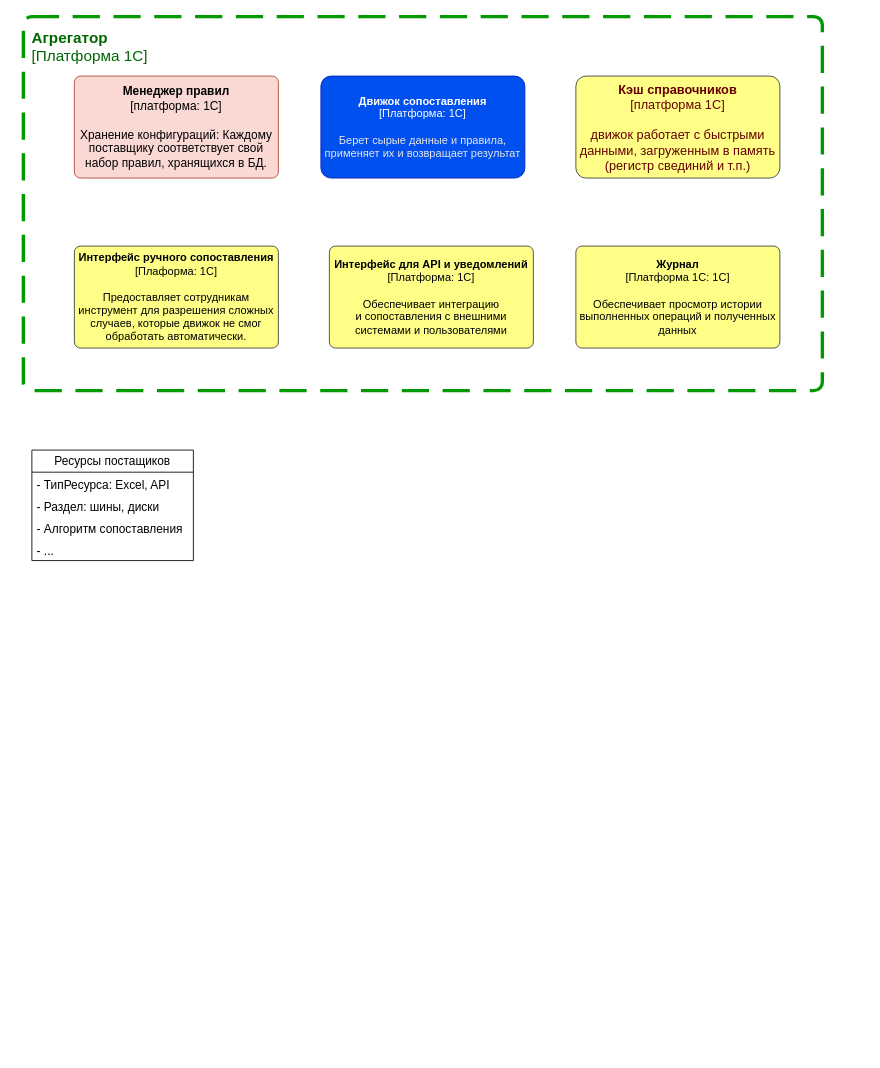
OlegM161/dakar keeps this draw.io diagram as ОбменПоставщиги_Агрегатор.drawio. Above is the earlier version. Source tidied: cells renumbered, new cells numbered last; positions are measured from the earlier drawing's top-left corner, leaving out a move shared by most shapes. Both pictures are drawn from the tidied source at 85%, with x=0, y=0 at pixel (23, 16).
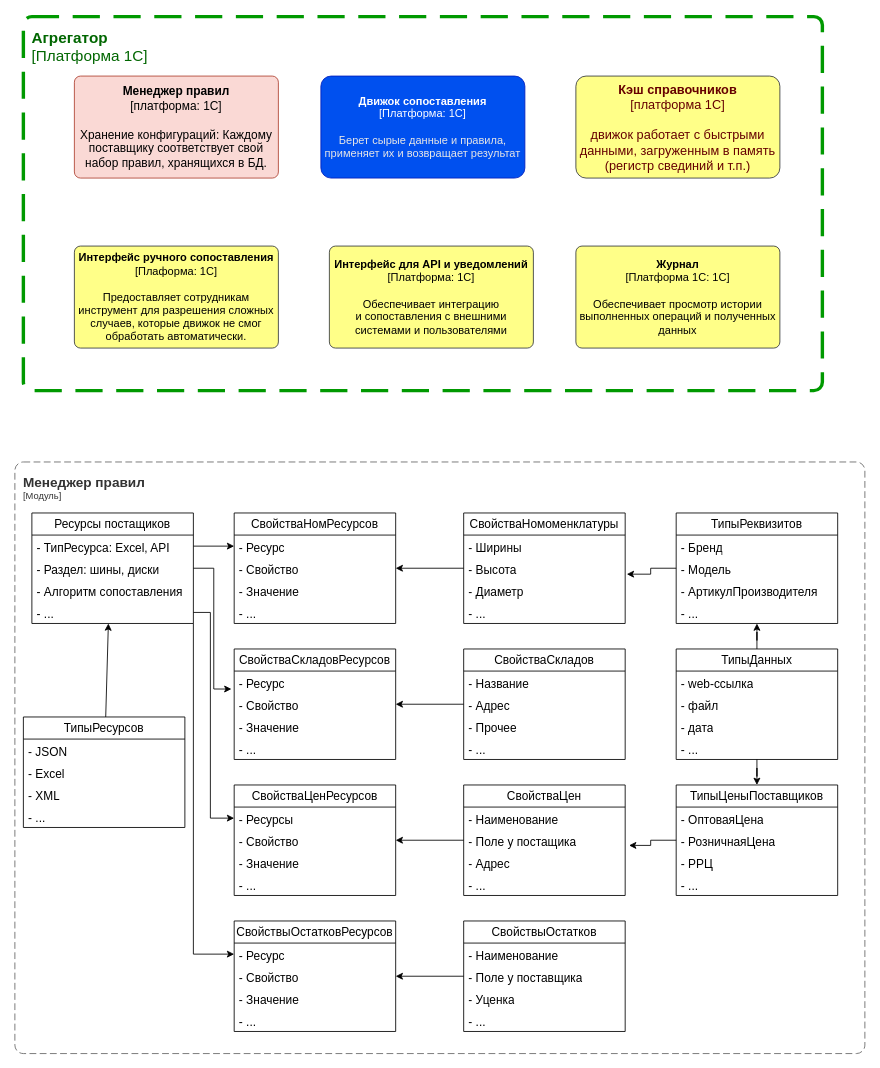
The same page after the edit.

The change refers to these unchanged cells:
```xml
<mxCell id="10" value="- ТипРесурса: Excel, API" style="text;strokeColor=none;fillColor=none;align=left;verticalAlign=top;spacingLeft=4;spacingRight=4;overflow=hidden;points=[[0,0.5],[1,0.5]];portConstraint=eastwest;whiteSpace=wrap;html=1;fontSize=14;" parent="9" vertex="1">
  <mxGeometry y="26" width="190" height="26" as="geometry" />
</mxCell>
<mxCell id="11" value="- Раздел: шины, диски" style="text;strokeColor=none;fillColor=none;align=left;verticalAlign=top;spacingLeft=4;spacingRight=4;overflow=hidden;points=[[0,0.5],[1,0.5]];portConstraint=eastwest;whiteSpace=wrap;html=1;fontSize=14;" parent="9" vertex="1">
  <mxGeometry y="52" width="190" height="26" as="geometry" />
</mxCell>
<mxCell id="13" value="- ..." style="text;strokeColor=none;fillColor=none;align=left;verticalAlign=top;spacingLeft=4;spacingRight=4;overflow=hidden;points=[[0,0.5],[1,0.5]];portConstraint=eastwest;whiteSpace=wrap;html=1;fontSize=14;" parent="9" vertex="1">
  <mxGeometry y="104" width="190" height="26" as="geometry" />
</mxCell>
```

The edit, as a diff of the source:
```diff
@@
+    <mxCell id="14" style="edgeStyle=orthogonalEdgeStyle;rounded=0;jettySize=auto;html=1;entryX=0;entryY=0.5;entryDx=0;entryDy=0;" parent="1" edge="1" source="9" target="52">
+      <mxGeometry relative="1" as="geometry">
+        <Array as="points">
+          <mxPoint x="200" y="1103" />
+        </Array>
+      </mxGeometry>
+    </mxCell>
     <mxCell id="9" value="Ресурсы постащиков" style="swimlane;fontStyle=0;horizontal=1;startSize=26;fillColor=none;whiteSpace=wrap;html=1;fontSize=14;" parent="1" vertex="1">
-      <mxGeometry x="10" y="510" width="190" height="130" as="geometry" />
+      <mxGeometry x="10" y="584" width="190" height="130" as="geometry" />
     </mxCell>
@@
+    <mxCell id="15" value="ТипыРеквизитов" style="swimlane;fontStyle=0;horizontal=1;startSize=26;fillColor=none;whiteSpace=wrap;html=1;fontSize=14;" parent="1" vertex="1">
+      <mxGeometry x="768" y="584" width="190" height="130" as="geometry" />
+    </mxCell>
+    <mxCell id="16" value="- Бренд" style="text;strokeColor=none;fillColor=none;align=left;verticalAlign=top;spacingLeft=4;spacingRight=4;overflow=hidden;whiteSpace=wrap;html=1;fontSize=14;" parent="15" vertex="1">
+      <mxGeometry y="26" width="190" height="26" as="geometry" />
+    </mxCell>
+    <mxCell id="17" value="- Модель" style="text;strokeColor=none;fillColor=none;align=left;verticalAlign=top;spacingLeft=4;spacingRight=4;overflow=hidden;whiteSpace=wrap;html=1;fontSize=14;" parent="15" vertex="1">
+      <mxGeometry y="52" width="190" height="26" as="geometry" />
+    </mxCell>
+    <mxCell id="18" value="- АртикулПроизводителя" style="text;strokeColor=none;fillColor=none;align=left;verticalAlign=top;spacingLeft=4;spacingRight=4;overflow=hidden;whiteSpace=wrap;html=1;fontSize=14;" parent="15" vertex="1">
+      <mxGeometry y="78" width="190" height="26" as="geometry" />
+    </mxCell>
+    <mxCell id="19" value="- ..." style="text;strokeColor=none;fillColor=none;align=left;verticalAlign=top;spacingLeft=4;spacingRight=4;overflow=hidden;points=[[0,0.5],[1,0.5]];portConstraint=eastwest;whiteSpace=wrap;html=1;fontSize=14;" parent="15" vertex="1">
+      <mxGeometry y="104" width="190" height="26" as="geometry" />
+    </mxCell>
+    <mxCell id="20" value="ТипыРесурсов" style="swimlane;fontStyle=0;horizontal=1;startSize=26;fillColor=none;whiteSpace=wrap;html=1;fontSize=14;" parent="1" vertex="1">
+      <mxGeometry y="824" width="190" height="130" as="geometry" />
+    </mxCell>
+    <mxCell id="21" value="- JSON" style="text;strokeColor=none;fillColor=none;align=left;verticalAlign=top;spacingLeft=4;spacingRight=4;overflow=hidden;whiteSpace=wrap;html=1;fontSize=14;" parent="20" vertex="1">
+      <mxGeometry y="26" width="190" height="26" as="geometry" />
+    </mxCell>
+    <mxCell id="22" value="- Excel" style="text;strokeColor=none;fillColor=none;align=left;verticalAlign=top;spacingLeft=4;spacingRight=4;overflow=hidden;whiteSpace=wrap;html=1;fontSize=14;" parent="20" vertex="1">
+      <mxGeometry y="52" width="190" height="26" as="geometry" />
+    </mxCell>
+    <mxCell id="23" value="- XML" style="text;strokeColor=none;fillColor=none;align=left;verticalAlign=top;spacingLeft=4;spacingRight=4;overflow=hidden;whiteSpace=wrap;html=1;fontSize=14;" parent="20" vertex="1">
+      <mxGeometry y="78" width="190" height="26" as="geometry" />
+    </mxCell>
+    <mxCell id="24" value="- ..." style="text;strokeColor=none;fillColor=none;align=left;verticalAlign=top;spacingLeft=4;spacingRight=4;overflow=hidden;whiteSpace=wrap;html=1;fontSize=14;" parent="20" vertex="1">
+      <mxGeometry y="104" width="190" height="26" as="geometry" />
+    </mxCell>
+    <mxCell id="25" style="edgeStyle=orthogonalEdgeStyle;rounded=0;jettySize=auto;html=1;entryX=0.5;entryY=0;entryDx=0;entryDy=0;" parent="1" edge="1" source="26" target="31">
+      <mxGeometry relative="1" as="geometry" />
+    </mxCell>
+    <mxCell id="26" value="ТипыДанных" style="swimlane;fontStyle=0;horizontal=1;startSize=26;fillColor=none;whiteSpace=wrap;html=1;fontSize=14;" parent="1" vertex="1">
+      <mxGeometry x="768" y="744" width="190" height="130" as="geometry" />
+    </mxCell>
+    <mxCell id="27" value="- web-ссылка" style="text;strokeColor=none;fillColor=none;align=left;verticalAlign=top;spacingLeft=4;spacingRight=4;overflow=hidden;whiteSpace=wrap;html=1;fontSize=14;" parent="26" vertex="1">
+      <mxGeometry y="26" width="190" height="26" as="geometry" />
+    </mxCell>
+    <mxCell id="28" value="- файл" style="text;strokeColor=none;fillColor=none;align=left;verticalAlign=top;spacingLeft=4;spacingRight=4;overflow=hidden;whiteSpace=wrap;html=1;fontSize=14;" parent="26" vertex="1">
+      <mxGeometry y="52" width="190" height="26" as="geometry" />
+    </mxCell>
+    <mxCell id="29" value="- дата" style="text;strokeColor=none;fillColor=none;align=left;verticalAlign=top;spacingLeft=4;spacingRight=4;overflow=hidden;whiteSpace=wrap;html=1;fontSize=14;" parent="26" vertex="1">
+      <mxGeometry y="78" width="190" height="26" as="geometry" />
+    </mxCell>
+    <mxCell id="30" value="- ..." style="text;strokeColor=none;fillColor=none;align=left;verticalAlign=top;spacingLeft=4;spacingRight=4;overflow=hidden;whiteSpace=wrap;html=1;fontSize=14;" parent="26" vertex="1">
+      <mxGeometry y="104" width="190" height="26" as="geometry" />
+    </mxCell>
+    <mxCell id="31" value="ТипыЦеныПоставщиков" style="swimlane;fontStyle=0;horizontal=1;startSize=26;fillColor=none;whiteSpace=wrap;html=1;fontSize=14;" parent="1" vertex="1">
+      <mxGeometry x="768" y="904" width="190" height="130" as="geometry" />
+    </mxCell>
+    <mxCell id="32" value="- ОптоваяЦена" style="text;strokeColor=none;fillColor=none;align=left;verticalAlign=top;spacingLeft=4;spacingRight=4;overflow=hidden;whiteSpace=wrap;html=1;fontSize=14;" parent="31" vertex="1">
+      <mxGeometry y="26" width="190" height="26" as="geometry" />
+    </mxCell>
+    <mxCell id="33" value="- РозничнаяЦена" style="text;strokeColor=none;fillColor=none;align=left;verticalAlign=top;spacingLeft=4;spacingRight=4;overflow=hidden;whiteSpace=wrap;html=1;fontSize=14;" parent="31" vertex="1">
+      <mxGeometry y="52" width="190" height="26" as="geometry" />
+    </mxCell>
+    <mxCell id="34" value="- РРЦ" style="text;strokeColor=none;fillColor=none;align=left;verticalAlign=top;spacingLeft=4;spacingRight=4;overflow=hidden;whiteSpace=wrap;html=1;fontSize=14;" parent="31" vertex="1">
+      <mxGeometry y="78" width="190" height="26" as="geometry" />
+    </mxCell>
+    <mxCell id="35" value="- ..." style="text;strokeColor=none;fillColor=none;align=left;verticalAlign=top;spacingLeft=4;spacingRight=4;overflow=hidden;whiteSpace=wrap;html=1;fontSize=14;" parent="31" vertex="1">
+      <mxGeometry y="104" width="190" height="26" as="geometry" />
+    </mxCell>
+    <mxCell id="36" value="СвойстваНомРесурсов" style="swimlane;fontStyle=0;horizontal=1;startSize=26;fillColor=none;whiteSpace=wrap;html=1;fontSize=14;" parent="1" vertex="1">
+      <mxGeometry x="248" y="584" width="190" height="130" as="geometry" />
+    </mxCell>
+    <mxCell id="37" value="- Ресурс" style="text;strokeColor=none;fillColor=none;align=left;verticalAlign=top;spacingLeft=4;spacingRight=4;overflow=hidden;points=[[0,0.5],[1,0.5]];portConstraint=eastwest;whiteSpace=wrap;html=1;fontSize=14;" parent="36" vertex="1">
+      <mxGeometry y="26" width="190" height="26" as="geometry" />
+    </mxCell>
+    <mxCell id="38" value="- Свойство" style="text;strokeColor=none;fillColor=none;align=left;verticalAlign=top;spacingLeft=4;spacingRight=4;overflow=hidden;points=[[0,0.5],[1,0.5]];portConstraint=eastwest;whiteSpace=wrap;html=1;fontSize=14;" parent="36" vertex="1">
+      <mxGeometry y="52" width="190" height="26" as="geometry" />
+    </mxCell>
+    <mxCell id="39" value="- Значение" style="text;strokeColor=none;fillColor=none;align=left;verticalAlign=top;spacingLeft=4;spacingRight=4;overflow=hidden;whiteSpace=wrap;html=1;fontSize=14;" parent="36" vertex="1">
+      <mxGeometry y="78" width="190" height="26" as="geometry" />
+    </mxCell>
+    <mxCell id="40" value="- ..." style="text;strokeColor=none;fillColor=none;align=left;verticalAlign=top;spacingLeft=4;spacingRight=4;overflow=hidden;whiteSpace=wrap;html=1;fontSize=14;" parent="36" vertex="1">
+      <mxGeometry y="104" width="190" height="26" as="geometry" />
+    </mxCell>
+    <mxCell id="41" value="СвойстваСкладовРесурсов" style="swimlane;fontStyle=0;horizontal=1;startSize=26;fillColor=none;whiteSpace=wrap;html=1;fontSize=14;" parent="1" vertex="1">
+      <mxGeometry x="248" y="744" width="190" height="130" as="geometry" />
+    </mxCell>
+    <mxCell id="42" value="- Ресурс" style="text;strokeColor=none;fillColor=none;align=left;verticalAlign=top;spacingLeft=4;spacingRight=4;overflow=hidden;points=[[0,0.5],[1,0.5]];portConstraint=eastwest;whiteSpace=wrap;html=1;fontSize=14;" parent="41" vertex="1">
+      <mxGeometry y="26" width="190" height="26" as="geometry" />
+    </mxCell>
+    <mxCell id="43" value="- Свойство" style="text;strokeColor=none;fillColor=none;align=left;verticalAlign=top;spacingLeft=4;spacingRight=4;overflow=hidden;points=[[0,0.5],[1,0.5]];portConstraint=eastwest;whiteSpace=wrap;html=1;fontSize=14;" parent="41" vertex="1">
+      <mxGeometry y="52" width="190" height="26" as="geometry" />
+    </mxCell>
+    <mxCell id="44" value="- Значение" style="text;strokeColor=none;fillColor=none;align=left;verticalAlign=top;spacingLeft=4;spacingRight=4;overflow=hidden;whiteSpace=wrap;html=1;fontSize=14;" parent="41" vertex="1">
+      <mxGeometry y="78" width="190" height="26" as="geometry" />
+    </mxCell>
+    <mxCell id="45" value="- ..." style="text;strokeColor=none;fillColor=none;align=left;verticalAlign=top;spacingLeft=4;spacingRight=4;overflow=hidden;whiteSpace=wrap;html=1;fontSize=14;" parent="41" vertex="1">
+      <mxGeometry y="104" width="190" height="26" as="geometry" />
+    </mxCell>
+    <mxCell id="46" value="СвойстваЦенРесурсов" style="swimlane;fontStyle=0;horizontal=1;startSize=26;fillColor=none;whiteSpace=wrap;html=1;fontSize=14;" parent="1" vertex="1">
+      <mxGeometry x="248" y="904" width="190" height="130" as="geometry" />
+    </mxCell>
+    <mxCell id="47" value="- Ресурсы" style="text;strokeColor=none;fillColor=none;align=left;verticalAlign=top;spacingLeft=4;spacingRight=4;overflow=hidden;points=[[0,0.5],[1,0.5]];portConstraint=eastwest;whiteSpace=wrap;html=1;fontSize=14;" parent="46" vertex="1">
+      <mxGeometry y="26" width="190" height="26" as="geometry" />
+    </mxCell>
+    <mxCell id="48" value="- Свойство" style="text;strokeColor=none;fillColor=none;align=left;verticalAlign=top;spacingLeft=4;spacingRight=4;overflow=hidden;points=[[0,0.5],[1,0.5]];portConstraint=eastwest;whiteSpace=wrap;html=1;fontSize=14;" parent="46" vertex="1">
+      <mxGeometry y="52" width="190" height="26" as="geometry" />
+    </mxCell>
+    <mxCell id="49" value="- Значение" style="text;strokeColor=none;fillColor=none;align=left;verticalAlign=top;spacingLeft=4;spacingRight=4;overflow=hidden;whiteSpace=wrap;html=1;fontSize=14;" parent="46" vertex="1">
+      <mxGeometry y="78" width="190" height="26" as="geometry" />
+    </mxCell>
+    <mxCell id="50" value="- ..." style="text;strokeColor=none;fillColor=none;align=left;verticalAlign=top;spacingLeft=4;spacingRight=4;overflow=hidden;whiteSpace=wrap;html=1;fontSize=14;" parent="46" vertex="1">
+      <mxGeometry y="104" width="190" height="26" as="geometry" />
+    </mxCell>
+    <mxCell id="51" value="СвойствыОстатковРесурсов" style="swimlane;fontStyle=0;horizontal=1;startSize=26;fillColor=none;whiteSpace=wrap;html=1;fontSize=14;" parent="1" vertex="1">
+      <mxGeometry x="248" y="1064" width="190" height="130" as="geometry" />
+    </mxCell>
+    <mxCell id="52" value="- Ресурс" style="text;strokeColor=none;fillColor=none;align=left;verticalAlign=top;spacingLeft=4;spacingRight=4;overflow=hidden;points=[[0,0.5],[1,0.5]];portConstraint=eastwest;whiteSpace=wrap;html=1;fontSize=14;" parent="51" vertex="1">
+      <mxGeometry y="26" width="190" height="26" as="geometry" />
+    </mxCell>
+    <mxCell id="53" value="- Свойство" style="text;strokeColor=none;fillColor=none;align=left;verticalAlign=top;spacingLeft=4;spacingRight=4;overflow=hidden;points=[[0,0.5],[1,0.5]];portConstraint=eastwest;whiteSpace=wrap;html=1;fontSize=14;" parent="51" vertex="1">
+      <mxGeometry y="52" width="190" height="26" as="geometry" />
+    </mxCell>
+    <mxCell id="54" value="- Значение" style="text;strokeColor=none;fillColor=none;align=left;verticalAlign=top;spacingLeft=4;spacingRight=4;overflow=hidden;whiteSpace=wrap;html=1;fontSize=14;" parent="51" vertex="1">
+      <mxGeometry y="78" width="190" height="26" as="geometry" />
+    </mxCell>
+    <mxCell id="55" value="- ..." style="text;strokeColor=none;fillColor=none;align=left;verticalAlign=top;spacingLeft=4;spacingRight=4;overflow=hidden;whiteSpace=wrap;html=1;fontSize=14;" parent="51" vertex="1">
+      <mxGeometry y="104" width="190" height="26" as="geometry" />
+    </mxCell>
+    <object id="56" label="&lt;font style=&quot;font-size: 16px&quot;&gt;&lt;b&gt;&lt;div style=&quot;text-align: left&quot;&gt;%c4Name%&lt;/div&gt;&lt;/b&gt;&lt;/font&gt;&lt;div style=&quot;text-align: left&quot;&gt;[%c4Application%]&lt;/div&gt;" c4Application="Модуль" c4Name="Менеджер правил" placeholders="1">
+      <mxCell style="rounded=1;fontSize=11;whiteSpace=wrap;html=1;dashed=1;arcSize=20;fillColor=none;strokeColor=#666666;fontColor=#333333;labelBackgroundColor=none;align=left;verticalAlign=top;labelBorderColor=none;spacingTop=0;spacing=10;dashPattern=8 4;perimeter=rectanglePerimeter;noLabel=0;labelPadding=0;absoluteArcSize=1;" parent="1" vertex="1">
+        <mxGeometry x="-10" y="524" width="1000" height="696" as="geometry" />
+      </mxCell>
+    </object>
+    <mxCell id="57" style="edgeStyle=orthogonalEdgeStyle;rounded=0;jettySize=auto;html=1;entryX=0;entryY=0.5;entryDx=0;entryDy=0;" parent="1" edge="1" source="10" target="37">
+      <mxGeometry relative="1" as="geometry" />
+    </mxCell>
+    <mxCell id="58" style="edgeStyle=orthogonalEdgeStyle;rounded=0;jettySize=auto;html=1;entryX=1;entryY=0.5;entryDx=0;entryDy=0;" parent="1" edge="1" source="59" target="38">
+      <mxGeometry relative="1" as="geometry" />
+    </mxCell>
+    <mxCell id="59" value="СвойстваНомоменклатуры" style="swimlane;fontStyle=0;horizontal=1;startSize=26;fillColor=none;whiteSpace=wrap;html=1;fontSize=14;" parent="1" vertex="1">
+      <mxGeometry x="518" y="584" width="190" height="130" as="geometry" />
+    </mxCell>
+    <mxCell id="60" value="- Ширины" style="text;strokeColor=none;fillColor=none;align=left;verticalAlign=top;spacingLeft=4;spacingRight=4;overflow=hidden;whiteSpace=wrap;html=1;fontSize=14;" parent="59" vertex="1">
+      <mxGeometry y="26" width="190" height="26" as="geometry" />
+    </mxCell>
+    <mxCell id="61" value="- Высота" style="text;strokeColor=none;fillColor=none;align=left;verticalAlign=top;spacingLeft=4;spacingRight=4;overflow=hidden;points=[[0,0.5],[1,0.5]];portConstraint=eastwest;whiteSpace=wrap;html=1;fontSize=14;" parent="59" vertex="1">
+      <mxGeometry y="52" width="190" height="26" as="geometry" />
+    </mxCell>
+    <mxCell id="62" value="- Диаметр" style="text;strokeColor=none;fillColor=none;align=left;verticalAlign=top;spacingLeft=4;spacingRight=4;overflow=hidden;whiteSpace=wrap;html=1;fontSize=14;" parent="59" vertex="1">
+      <mxGeometry y="78" width="190" height="26" as="geometry" />
+    </mxCell>
+    <mxCell id="63" value="- ..." style="text;strokeColor=none;fillColor=none;align=left;verticalAlign=top;spacingLeft=4;spacingRight=4;overflow=hidden;whiteSpace=wrap;html=1;fontSize=14;" parent="59" vertex="1">
+      <mxGeometry y="104" width="190" height="26" as="geometry" />
+    </mxCell>
+    <mxCell id="64" value="СвойстваСкладов" style="swimlane;fontStyle=0;horizontal=1;startSize=26;fillColor=none;whiteSpace=wrap;html=1;fontSize=14;" parent="1" vertex="1">
+      <mxGeometry x="518" y="744" width="190" height="130" as="geometry" />
+    </mxCell>
+    <mxCell id="65" value="- Название" style="text;strokeColor=none;fillColor=none;align=left;verticalAlign=top;spacingLeft=4;spacingRight=4;overflow=hidden;whiteSpace=wrap;html=1;fontSize=14;" parent="64" vertex="1">
+      <mxGeometry y="26" width="190" height="26" as="geometry" />
+    </mxCell>
+    <mxCell id="66" value="- Адрес" style="text;strokeColor=none;fillColor=none;align=left;verticalAlign=top;spacingLeft=4;spacingRight=4;overflow=hidden;points=[[0,0.5],[1,0.5]];portConstraint=eastwest;whiteSpace=wrap;html=1;fontSize=14;" parent="64" vertex="1">
+      <mxGeometry y="52" width="190" height="26" as="geometry" />
+    </mxCell>
+    <mxCell id="67" value="- Прочее" style="text;strokeColor=none;fillColor=none;align=left;verticalAlign=top;spacingLeft=4;spacingRight=4;overflow=hidden;whiteSpace=wrap;html=1;fontSize=14;" parent="64" vertex="1">
+      <mxGeometry y="78" width="190" height="26" as="geometry" />
+    </mxCell>
+    <mxCell id="68" value="- ..." style="text;strokeColor=none;fillColor=none;align=left;verticalAlign=top;spacingLeft=4;spacingRight=4;overflow=hidden;whiteSpace=wrap;html=1;fontSize=14;" parent="64" vertex="1">
+      <mxGeometry y="104" width="190" height="26" as="geometry" />
+    </mxCell>
+    <mxCell id="69" style="edgeStyle=orthogonalEdgeStyle;rounded=0;jettySize=auto;html=1;entryX=1;entryY=0.5;entryDx=0;entryDy=0;" parent="1" edge="1" source="70" target="48">
+      <mxGeometry relative="1" as="geometry" />
+    </mxCell>
+    <mxCell id="70" value="СвойстваЦен" style="swimlane;fontStyle=0;horizontal=1;startSize=26;fillColor=none;whiteSpace=wrap;html=1;fontSize=14;" parent="1" vertex="1">
+      <mxGeometry x="518" y="904" width="190" height="130" as="geometry" />
+    </mxCell>
+    <mxCell id="71" value="- Наименование" style="text;strokeColor=none;fillColor=none;align=left;verticalAlign=top;spacingLeft=4;spacingRight=4;overflow=hidden;whiteSpace=wrap;html=1;fontSize=14;" parent="70" vertex="1">
+      <mxGeometry y="26" width="190" height="26" as="geometry" />
+    </mxCell>
+    <mxCell id="72" value="- Поле у постащика" style="text;strokeColor=none;fillColor=none;align=left;verticalAlign=top;spacingLeft=4;spacingRight=4;overflow=hidden;points=[[0,0.5],[1,0.5]];portConstraint=eastwest;whiteSpace=wrap;html=1;fontSize=14;" parent="70" vertex="1">
+      <mxGeometry y="52" width="190" height="26" as="geometry" />
+    </mxCell>
+    <mxCell id="73" value="- Адрес" style="text;strokeColor=none;fillColor=none;align=left;verticalAlign=top;spacingLeft=4;spacingRight=4;overflow=hidden;whiteSpace=wrap;html=1;fontSize=14;" parent="70" vertex="1">
+      <mxGeometry y="78" width="190" height="26" as="geometry" />
+    </mxCell>
+    <mxCell id="74" value="- ..." style="text;strokeColor=none;fillColor=none;align=left;verticalAlign=top;spacingLeft=4;spacingRight=4;overflow=hidden;whiteSpace=wrap;html=1;fontSize=14;" parent="70" vertex="1">
+      <mxGeometry y="104" width="190" height="26" as="geometry" />
+    </mxCell>
+    <mxCell id="75" style="edgeStyle=orthogonalEdgeStyle;rounded=0;jettySize=auto;html=1;entryX=1;entryY=0.5;entryDx=0;entryDy=0;" parent="1" edge="1" source="76" target="53">
+      <mxGeometry relative="1" as="geometry" />
+    </mxCell>
+    <mxCell id="76" value="СвойствыОстатков" style="swimlane;fontStyle=0;horizontal=1;startSize=26;fillColor=none;whiteSpace=wrap;html=1;fontSize=14;" parent="1" vertex="1">
+      <mxGeometry x="518" y="1064" width="190" height="130" as="geometry" />
+    </mxCell>
+    <mxCell id="77" value="- Наименование" style="text;strokeColor=none;fillColor=none;align=left;verticalAlign=top;spacingLeft=4;spacingRight=4;overflow=hidden;whiteSpace=wrap;html=1;fontSize=14;" parent="76" vertex="1">
+      <mxGeometry y="26" width="190" height="26" as="geometry" />
+    </mxCell>
+    <mxCell id="78" value="- Поле у поставщика" style="text;strokeColor=none;fillColor=none;align=left;verticalAlign=top;spacingLeft=4;spacingRight=4;overflow=hidden;whiteSpace=wrap;html=1;fontSize=14;" parent="76" vertex="1">
+      <mxGeometry y="52" width="190" height="26" as="geometry" />
+    </mxCell>
+    <mxCell id="79" value="- Уценка" style="text;strokeColor=none;fillColor=none;align=left;verticalAlign=top;spacingLeft=4;spacingRight=4;overflow=hidden;whiteSpace=wrap;html=1;fontSize=14;" parent="76" vertex="1">
+      <mxGeometry y="78" width="190" height="26" as="geometry" />
+    </mxCell>
+    <mxCell id="80" value="- ..." style="text;strokeColor=none;fillColor=none;align=left;verticalAlign=top;spacingLeft=4;spacingRight=4;overflow=hidden;whiteSpace=wrap;html=1;fontSize=14;" parent="76" vertex="1">
+      <mxGeometry y="104" width="190" height="26" as="geometry" />
+    </mxCell>
+    <mxCell id="81" style="rounded=0;jettySize=auto;html=1;" parent="1" edge="1" source="20">
+      <mxGeometry relative="1" as="geometry">
+        <mxPoint x="100" y="714" as="targetPoint" />
+      </mxGeometry>
+    </mxCell>
+    <mxCell id="82" style="edgeStyle=orthogonalEdgeStyle;rounded=0;jettySize=auto;html=1;entryX=-0.017;entryY=0.813;entryDx=0;entryDy=0;entryPerimeter=0;" parent="1" edge="1" source="11" target="42">
+      <mxGeometry relative="1" as="geometry" />
+    </mxCell>
+    <mxCell id="83" style="edgeStyle=orthogonalEdgeStyle;rounded=0;jettySize=auto;html=1;entryX=0;entryY=0.5;entryDx=0;entryDy=0;" parent="1" edge="1" source="13" target="47">
+      <mxGeometry relative="1" as="geometry">
+        <Array as="points">
+          <mxPoint x="220" y="701" />
+          <mxPoint x="220" y="943" />
+        </Array>
+      </mxGeometry>
+    </mxCell>
+    <mxCell id="84" style="edgeStyle=orthogonalEdgeStyle;rounded=0;jettySize=auto;html=1;entryX=1;entryY=0.5;entryDx=0;entryDy=0;" parent="1" edge="1" source="66" target="43">
+      <mxGeometry relative="1" as="geometry" />
+    </mxCell>
+    <mxCell id="85" style="edgeStyle=orthogonalEdgeStyle;rounded=0;jettySize=auto;html=1;entryX=1.01;entryY=0.768;entryDx=0;entryDy=0;entryPerimeter=0;" parent="1" edge="1" source="15" target="61">
+      <mxGeometry relative="1" as="geometry" />
+    </mxCell>
+    <mxCell id="86" style="edgeStyle=orthogonalEdgeStyle;rounded=0;jettySize=auto;html=1;entryX=1.024;entryY=0.734;entryDx=0;entryDy=0;entryPerimeter=0;" parent="1" edge="1" source="31" target="72">
+      <mxGeometry relative="1" as="geometry" />
+    </mxCell>
+    <mxCell id="87" style="edgeStyle=orthogonalEdgeStyle;rounded=0;jettySize=auto;html=1;entryX=0.5;entryY=1;entryDx=0;entryDy=0;entryPerimeter=0;" parent="1" edge="1" source="26" target="19">
+      <mxGeometry relative="1" as="geometry" />
+    </mxCell>
```
